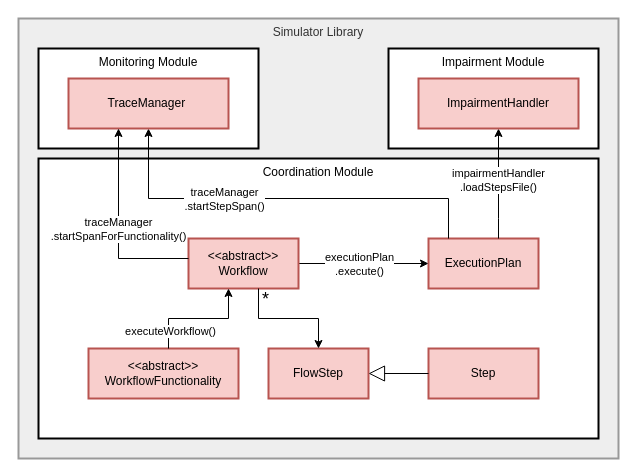
socialsoftware/microservices-simulator keeps this draw.io diagram as data/figs/architecture/layers/layers_coordination.drawio. Above is the earlier version. Source tidied: cells renumbered, new cells numbered last; positions are measured from the earlier drawing's top-left corner, leaving out a move shared by most shapes. Both pictures are drawn from the tidied source at 100%, with x=0, y=0 at pixel (18, 18).
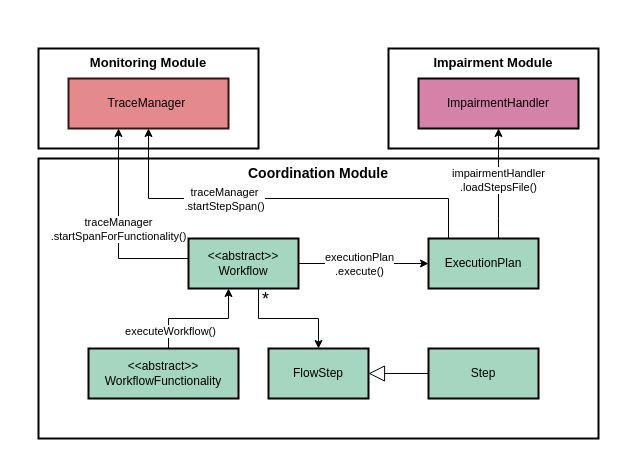
After the change.

Change to the diagram source:
```diff
@@
-    <mxCell id="2" value="Simulator Library" style="whiteSpace=wrap;strokeWidth=2;fillColor=light-dark(#eeeeee,#1f2020);strokeColor=light-dark(#999999,#cccccc);fontColor=light-dark(#333333,#cccccc);verticalAlign=top;" parent="1" vertex="1">
-      <mxGeometry width="600" height="440" as="geometry" />
-    </mxCell>
-    <mxCell id="3" value="Coordination Module" style="whiteSpace=wrap;strokeWidth=2;verticalAlign=top;" parent="1" vertex="1">
+    <mxCell id="3" value="Coordination Module" style="whiteSpace=wrap;strokeWidth=2;verticalAlign=top;fontSize=14;fontStyle=1;" parent="1" vertex="1">
       <mxGeometry x="20" y="140" width="560" height="280" as="geometry" />
     </mxCell>
-    <mxCell id="4" value="&lt;&lt;abstract&gt;&gt;&#10;WorkflowFunctionality" style="whiteSpace=wrap;strokeWidth=2;fillColor=#f8cecc;strokeColor=#b85450;" parent="1" vertex="1">
+    <mxCell id="4" value="&lt;&lt;abstract&gt;&gt;&#10;WorkflowFunctionality" style="whiteSpace=wrap;strokeWidth=2;fillColor=#A5D6BF;strokeColor=#000000;" parent="1" vertex="1">
       <mxGeometry x="70" y="330" width="150" height="50" as="geometry" />
     </mxCell>
-    <mxCell id="5" value="FlowStep" style="whiteSpace=wrap;strokeWidth=2;fillColor=#f8cecc;strokeColor=#b85450;" parent="1" vertex="1">
+    <mxCell id="5" value="FlowStep" style="whiteSpace=wrap;strokeWidth=2;fillColor=#A5D6BF;strokeColor=#000000;" parent="1" vertex="1">
       <mxGeometry x="250" y="330" width="100" height="50" as="geometry" />
     </mxCell>
-    <mxCell id="6" value="ExecutionPlan" style="whiteSpace=wrap;strokeWidth=2;fillColor=#f8cecc;strokeColor=#b85450;" parent="1" vertex="1">
+    <mxCell id="6" value="ExecutionPlan" style="whiteSpace=wrap;strokeWidth=2;fillColor=#A5D6BF;strokeColor=#000000;" parent="1" vertex="1">
       <mxGeometry x="410" y="220" width="110" height="50" as="geometry" />
     </mxCell>
@@
-    <mxCell id="9" value="&lt;&lt;abstract&gt;&gt;&#10;Workflow" style="whiteSpace=wrap;strokeWidth=2;fillColor=#f8cecc;strokeColor=#b85450;" parent="1" vertex="1">
+    <mxCell id="9" value="&lt;&lt;abstract&gt;&gt;&#10;Workflow" style="whiteSpace=wrap;strokeWidth=2;fillColor=#A5D6BF;strokeColor=#000000;" parent="1" vertex="1">
       <mxGeometry x="170" y="220" width="110" height="50" as="geometry" />
     </mxCell>
-    <mxCell id="10" value="Impairment Module" style="whiteSpace=wrap;strokeWidth=2;verticalAlign=top;" parent="1" vertex="1">
+    <mxCell id="10" value="Impairment Module" style="whiteSpace=wrap;strokeWidth=2;verticalAlign=top;fontSize=13;fontStyle=1;" parent="1" vertex="1">
       <mxGeometry x="370" y="30" width="210" height="100" as="geometry" />
     </mxCell>
-    <mxCell id="11" value="Monitoring Module" style="whiteSpace=wrap;strokeWidth=2;verticalAlign=top;" parent="1" vertex="1">
+    <mxCell id="11" value="Monitoring Module" style="whiteSpace=wrap;strokeWidth=2;verticalAlign=top;fontSize=13;fontStyle=1;" parent="1" vertex="1">
       <mxGeometry x="20" y="30" width="220" height="100" as="geometry" />
     </mxCell>
@@
-    <mxCell id="20" value="ImpairmentHandler" style="whiteSpace=wrap;strokeWidth=2;fillColor=#f8cecc;strokeColor=#b85450;" parent="1" vertex="1">
+    <mxCell id="20" value="ImpairmentHandler" style="whiteSpace=wrap;strokeWidth=2;fillColor=#D482A8;strokeColor=#050202;" parent="1" vertex="1">
       <mxGeometry x="400" y="60" width="160" height="50" as="geometry" />
     </mxCell>
-    <mxCell id="21" value="TraceManager " style="whiteSpace=wrap;strokeWidth=2;fillColor=#f8cecc;strokeColor=#b85450;" parent="1" vertex="1">
+    <mxCell id="21" value="TraceManager " style="whiteSpace=wrap;strokeWidth=2;fillColor=#E58A8C;strokeColor=#331716;" parent="1" vertex="1">
       <mxGeometry x="50" y="60" width="160" height="50" as="geometry" />
     </mxCell>
-    <mxCell id="22" value="Step" style="whiteSpace=wrap;strokeWidth=2;fillColor=#f8cecc;strokeColor=#b85450;" parent="1" vertex="1">
+    <mxCell id="22" value="Step" style="whiteSpace=wrap;strokeWidth=2;fillColor=#A5D6BF;strokeColor=#000000;" parent="1" vertex="1">
       <mxGeometry x="410" y="330" width="110" height="50" as="geometry" />
     </mxCell>
```
